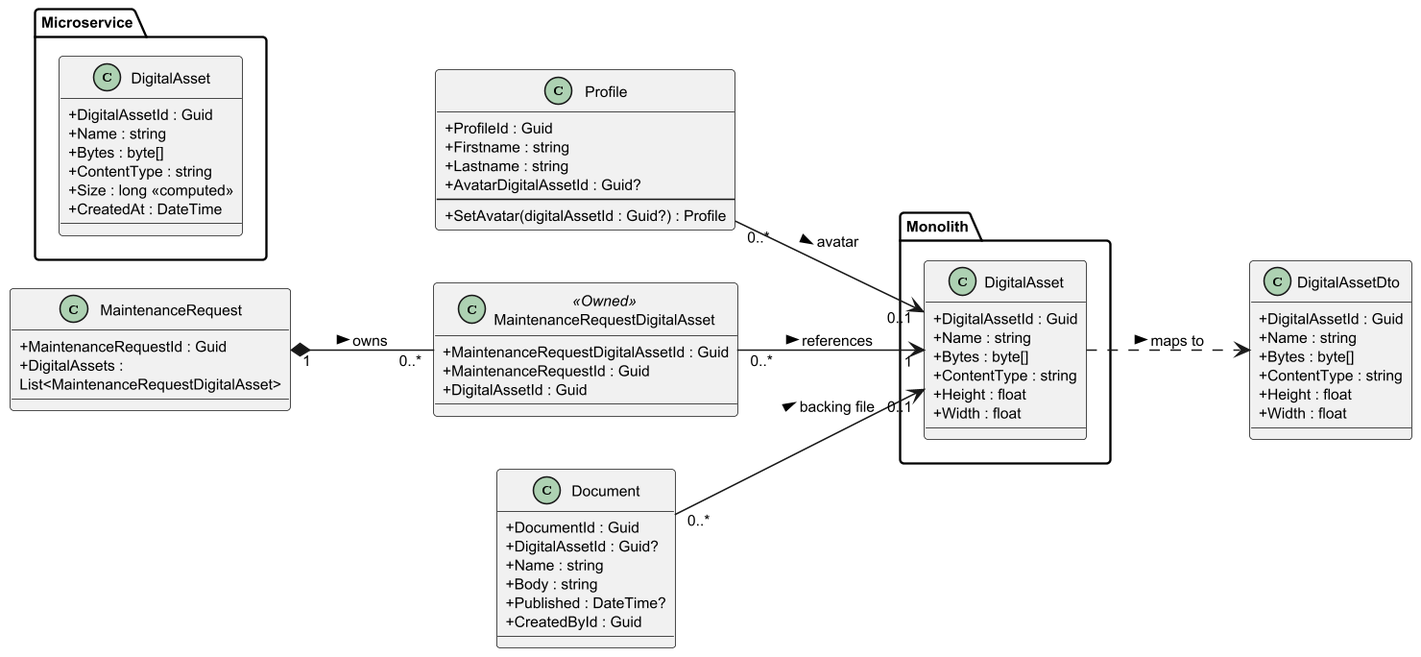
Above: docs/detailed-designs/08-digital-asset-management/class-diagram.png in QuinntyneBrown/Coop (PlantUML), before the change.
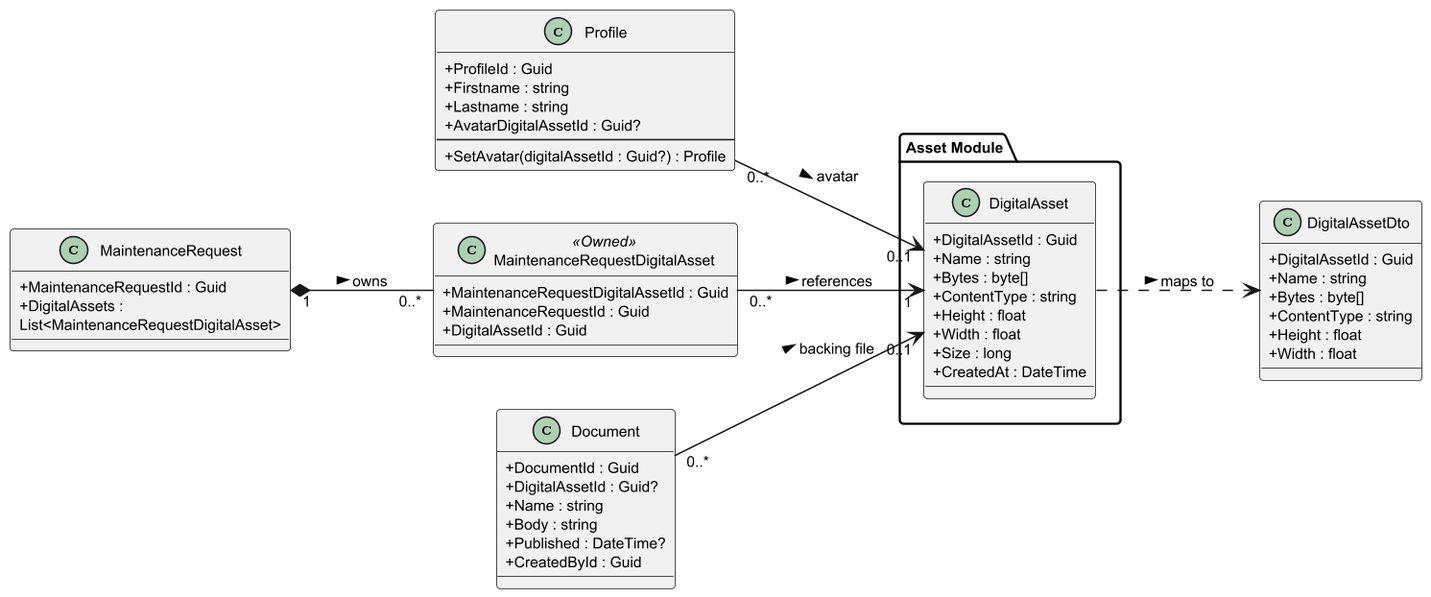
Later version of the same file.

Diff of the diagram source:
```diff
@@ -7,7 +7,7 @@
 skinparam wrapWidth 200
 left to right direction
 
-package "Monolith" {
+package "Asset Module" {
   class DigitalAsset {
     +DigitalAssetId : Guid
     +Name : string
@@ -15,16 +15,7 @@
     +ContentType : string
     +Height : float
     +Width : float
-  }
-}
-
-package "Microservice" {
-  class "DigitalAsset" as MsDigitalAsset {
-    +DigitalAssetId : Guid
-    +Name : string
-    +Bytes : byte[]
-    +ContentType : string
-    +Size : long <<computed>>
+    +Size : long
     +CreatedAt : DateTime
   }
 }
```
